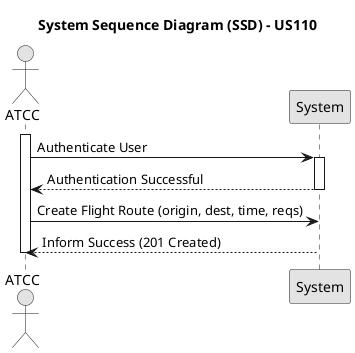
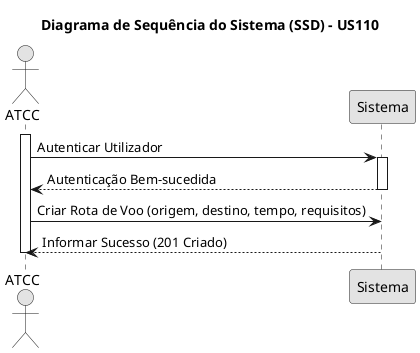
@startuml
skinparam monochrome true
skinparam shadowing false

- title System Sequence Diagram (SSD) - US110
+ title Diagrama de Sequência do Sistema (SSD) - US110

actor "ATCC" as User
- participant "System" as System
+ participant "Sistema" as System

activate User

- User -> System : Authenticate User
+ User -> System : Autenticar Utilizador
activate System
- System --> User : Authentication Successful
+ System --> User : Autenticação Bem-sucedida
deactivate System

- User -> System : Create Flight Route (origin, dest, time, reqs)
+ User -> System : Criar Rota de Voo (origem, destino, tempo, requisitos)

- System --> User : Inform Success (201 Created)
+ System --> User : Informar Sucesso (201 Criado)
deactivate System

deactivate User
@enduml